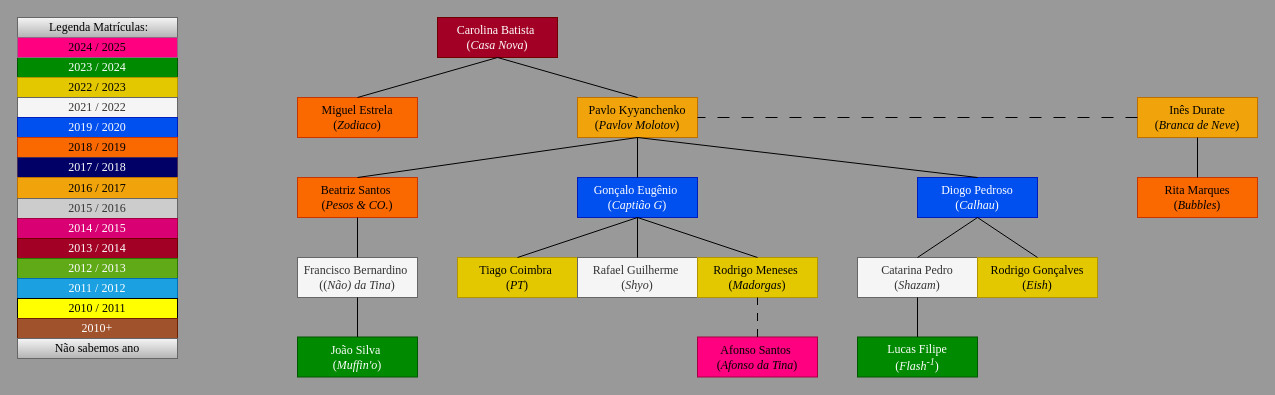
Before: Draw.io/Familia_da_Carolina_Batista.drawio in pdmtmr/PDMTMRTESTLOCATION-AKA-ARBUSTO, a draw.io diagram. Source tidied: cells renumbered, new cells numbered last; positions are measured from the earlier drawing's top-left corner, leaving out a move shared by most shapes. Both pictures are drawn from the tidied source at 100%, with x=0, y=0 at pixel (17, 17).
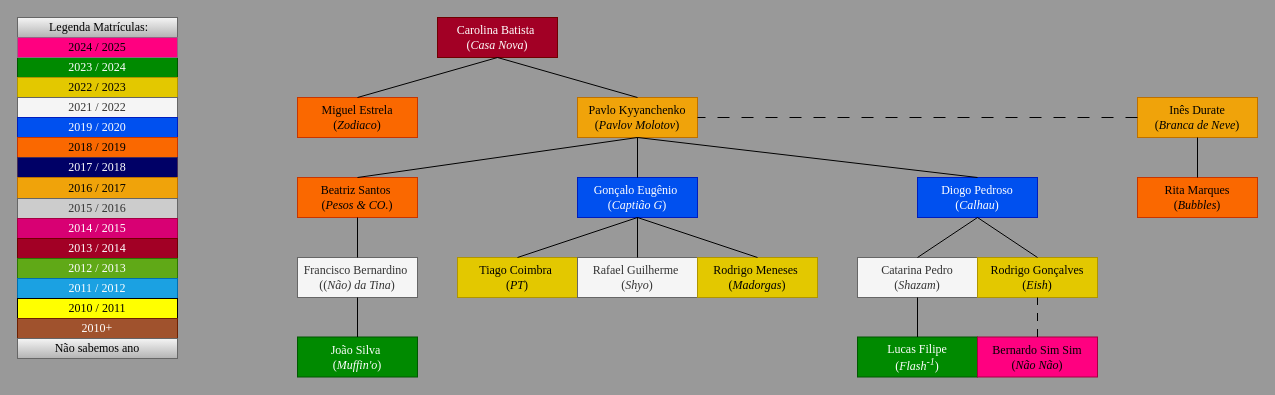
Above is the later version.

The change refers to these unchanged cells:
```xml
<mxCell id="9" value="&lt;div&gt;Rodrigo Meneses&amp;nbsp;&lt;/div&gt;&lt;div&gt;(&lt;font&gt;&lt;i&gt;Madorgas&lt;/i&gt;&lt;/font&gt;)&lt;/div&gt;" style="rounded=0;whiteSpace=wrap;html=1;fillColor=#e3c800;fontColor=#000000;strokeColor=#B09500;fontFamily=Times New Roman;" parent="1" vertex="1">
  <mxGeometry x="680" y="240" width="120" height="40" as="geometry" />
</mxCell>
<mxCell id="11" value="&lt;div&gt;Rodrigo Gonçalves&lt;/div&gt;&lt;div&gt;(&lt;font&gt;&lt;i&gt;Eish&lt;/i&gt;&lt;/font&gt;)&lt;/div&gt;" style="rounded=0;whiteSpace=wrap;html=1;fillColor=#e3c800;fontColor=#000000;strokeColor=#B09500;fontFamily=Times New Roman;" parent="1" vertex="1">
  <mxGeometry x="960" y="240" width="120" height="40" as="geometry" />
</mxCell>
```

What changed in the source:
```diff
@@
-    <mxCell id="50" value="&lt;div&gt;&lt;/div&gt;&lt;div&gt;Afonso Santos&amp;nbsp;&lt;br&gt;(&lt;i&gt;&lt;font&gt;Afonso da Tina&lt;/font&gt;&lt;/i&gt;)&lt;/div&gt;" style="rounded=0;whiteSpace=wrap;html=1;fillColor=#FF0080;fontColor=#000000;strokeColor=#A50040;fontFamily=Times New Roman;" parent="1" vertex="1">
-      <mxGeometry x="680" y="319.5" width="120" height="40" as="geometry" />
-    </mxCell>
-    <mxCell id="51" style="endArrow=none;html=1;rounded=0;exitX=0.5;exitY=0;exitDx=0;exitDy=0;dashed=1;dashPattern=8 8;entryX=0.5;entryY=1;entryDx=0;entryDy=0;fontFamily=Times New Roman;" parent="1" edge="1" source="50" target="9">
-      <mxGeometry relative="1" as="geometry" />
-    </mxCell>
+    <mxCell id="52" value="&lt;div&gt;&lt;/div&gt;&lt;div&gt;Bernardo Sim Sim&lt;br&gt;(&lt;i&gt;Não Não&lt;/i&gt;)&lt;/div&gt;" style="rounded=0;whiteSpace=wrap;html=1;fillColor=#FF0080;fontColor=#000000;strokeColor=#A50040;fontFamily=Times New Roman;" parent="1" vertex="1">
+      <mxGeometry x="960" y="319.5" width="120" height="40" as="geometry" />
+    </mxCell>
+    <mxCell id="53" style="endArrow=none;html=1;rounded=0;exitX=0.5;exitY=0;exitDx=0;exitDy=0;dashed=1;dashPattern=8 8;entryX=0.5;entryY=1;entryDx=0;entryDy=0;fontFamily=Times New Roman;" parent="1" edge="1" source="52" target="11">
+      <mxGeometry relative="1" as="geometry" />
+    </mxCell>
```
